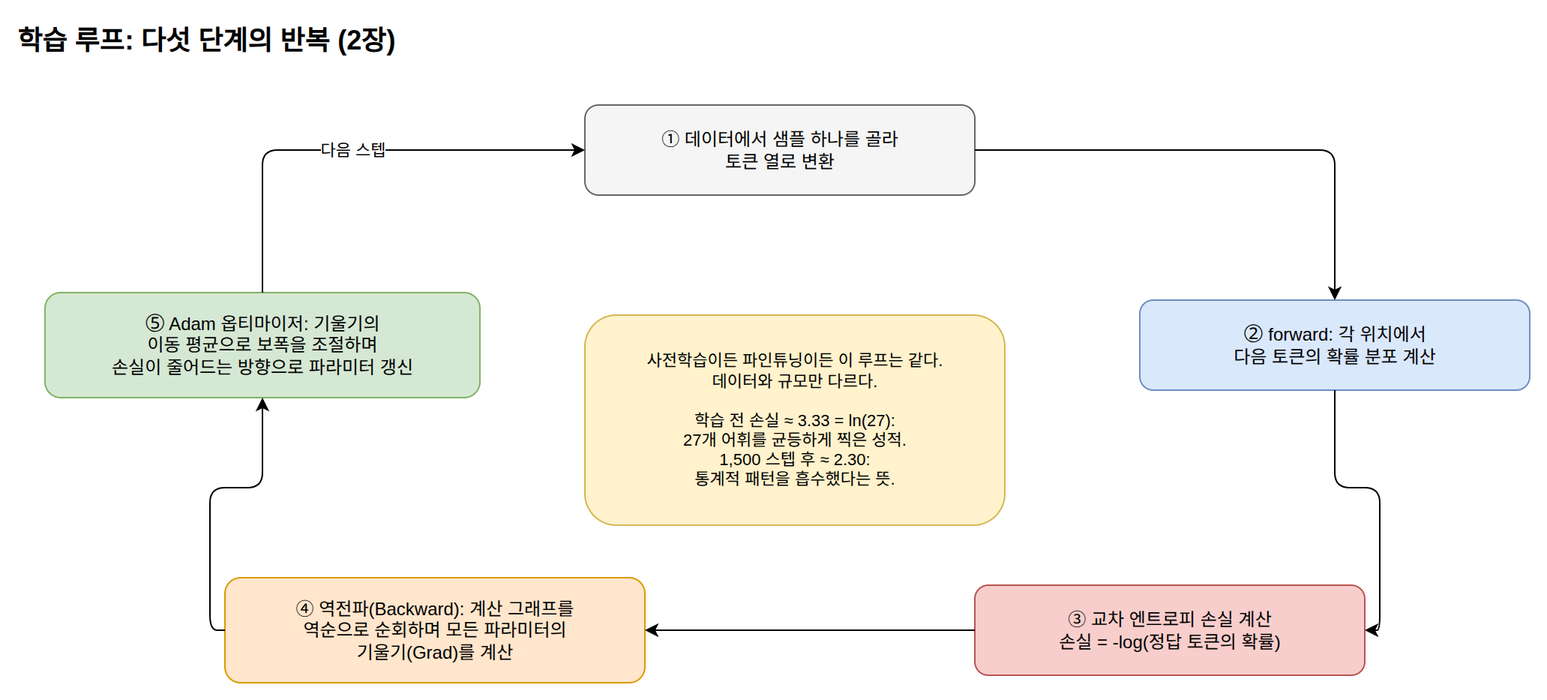
benelog/llm-principles keeps this draw.io diagram as book/diagrams/ch02-training-loop.drawio.png. Above is the earlier version. Source tidied: cells renumbered, new cells last; positions are measured from the earlier drawing's top-left corner, leaving out a move shared by most shapes. The source it was exported from:
```xml
<mxGraphModel>
  <root>
    <mxCell id="0" />
    <mxCell id="1" parent="0" />
    <mxCell id="2" value="학습 루프: 다섯 단계의 반복 (2장)" style="text;html=1;fontSize=18;fontStyle=1;align=left;" parent="1" vertex="1">
      <mxGeometry width="500" height="30" as="geometry" />
    </mxCell>
    <mxCell id="3" value="① 데이터에서 샘플 하나를 골라&lt;br&gt;토큰 열로 변환" style="rounded=1;whiteSpace=wrap;html=1;fillColor=#f5f5f5;strokeColor=#666666;fontSize=12;" parent="1" vertex="1">
      <mxGeometry x="380" y="60" width="260" height="60" as="geometry" />
    </mxCell>
    <mxCell id="4" value="② forward: 각 위치에서&lt;br&gt;다음 토큰의 확률 분포 계산" style="rounded=1;whiteSpace=wrap;html=1;fillColor=#dae8fc;strokeColor=#6c8ebf;fontSize=12;" parent="1" vertex="1">
      <mxGeometry x="750" y="190" width="260" height="60" as="geometry" />
    </mxCell>
    <mxCell id="5" value="③ 교차 엔트로피 손실 계산&lt;br&gt;손실 = -log(정답 토큰의 확률)" style="rounded=1;whiteSpace=wrap;html=1;fillColor=#f8cecc;strokeColor=#b85450;fontSize=12;" parent="1" vertex="1">
      <mxGeometry x="640" y="380" width="260" height="60" as="geometry" />
    </mxCell>
    <mxCell id="6" value="④ 역전파(Backward): 계산 그래프를&lt;br&gt;역순으로 순회하며 모든 파라미터의&lt;br&gt;기울기(Grad)를 계산" style="rounded=1;whiteSpace=wrap;html=1;fillColor=#ffe6cc;strokeColor=#d79b00;fontSize=12;" parent="1" vertex="1">
      <mxGeometry x="140" y="375" width="280" height="70" as="geometry" />
    </mxCell>
    <mxCell id="7" value="⑤ Adam 옵티마이저: 기울기의&lt;br&gt;이동 평균으로 보폭을 조절하며&lt;br&gt;손실이 줄어드는 방향으로 파라미터 갱신" style="rounded=1;whiteSpace=wrap;html=1;fillColor=#d5e8d4;strokeColor=#82b366;fontSize=12;" parent="1" vertex="1">
      <mxGeometry x="20" y="185" width="290" height="70" as="geometry" />
    </mxCell>
    <mxCell id="8" value="사전학습이든 파인튜닝이든 이 루프는 같다.&lt;br&gt;데이터와 규모만 다르다.&lt;br&gt;&lt;br&gt;학습 전 손실 ≈ 3.33 = ln(27):&lt;br&gt;27개 어휘를 균등하게 찍은 성적.&lt;br&gt;1,500 스텝 후 ≈ 2.30:&lt;br&gt;통계적 패턴을 흡수했다는 뜻." style="rounded=1;whiteSpace=wrap;html=1;fillColor=#fff2cc;strokeColor=#d6b656;fontSize=11;" parent="1" vertex="1">
      <mxGeometry x="380" y="200" width="280" height="140" as="geometry" />
    </mxCell>
    <mxCell id="9" style="edgeStyle=orthogonalEdgeStyle;rounded=1;html=1;exitX=1;exitY=0.5;entryX=0.5;entryY=0;fontSize=11;" parent="1" edge="1" source="3" target="4">
      <mxGeometry relative="1" as="geometry" />
    </mxCell>
    <mxCell id="10" style="edgeStyle=orthogonalEdgeStyle;rounded=1;html=1;exitX=0.5;exitY=1;entryX=1;entryY=0.5;fontSize=11;" parent="1" edge="1" source="4" target="5">
      <mxGeometry relative="1" as="geometry" />
    </mxCell>
    <mxCell id="11" style="edgeStyle=orthogonalEdgeStyle;rounded=1;html=1;exitX=0;exitY=0.5;entryX=1;entryY=0.5;fontSize=11;" parent="1" edge="1" source="5" target="6">
      <mxGeometry relative="1" as="geometry" />
    </mxCell>
    <mxCell id="12" style="edgeStyle=orthogonalEdgeStyle;rounded=1;html=1;exitX=0;exitY=0.5;entryX=0.5;entryY=1;fontSize=11;" parent="1" edge="1" source="6" target="7">
      <mxGeometry relative="1" as="geometry" />
    </mxCell>
    <mxCell id="13" value="다음 스텝" style="edgeStyle=orthogonalEdgeStyle;rounded=1;html=1;exitX=0.5;exitY=0;entryX=0;entryY=0.5;fontSize=11;" parent="1" edge="1" source="7" target="3">
      <mxGeometry relative="1" as="geometry" />
    </mxCell>
  </root>
</mxGraphModel>
```
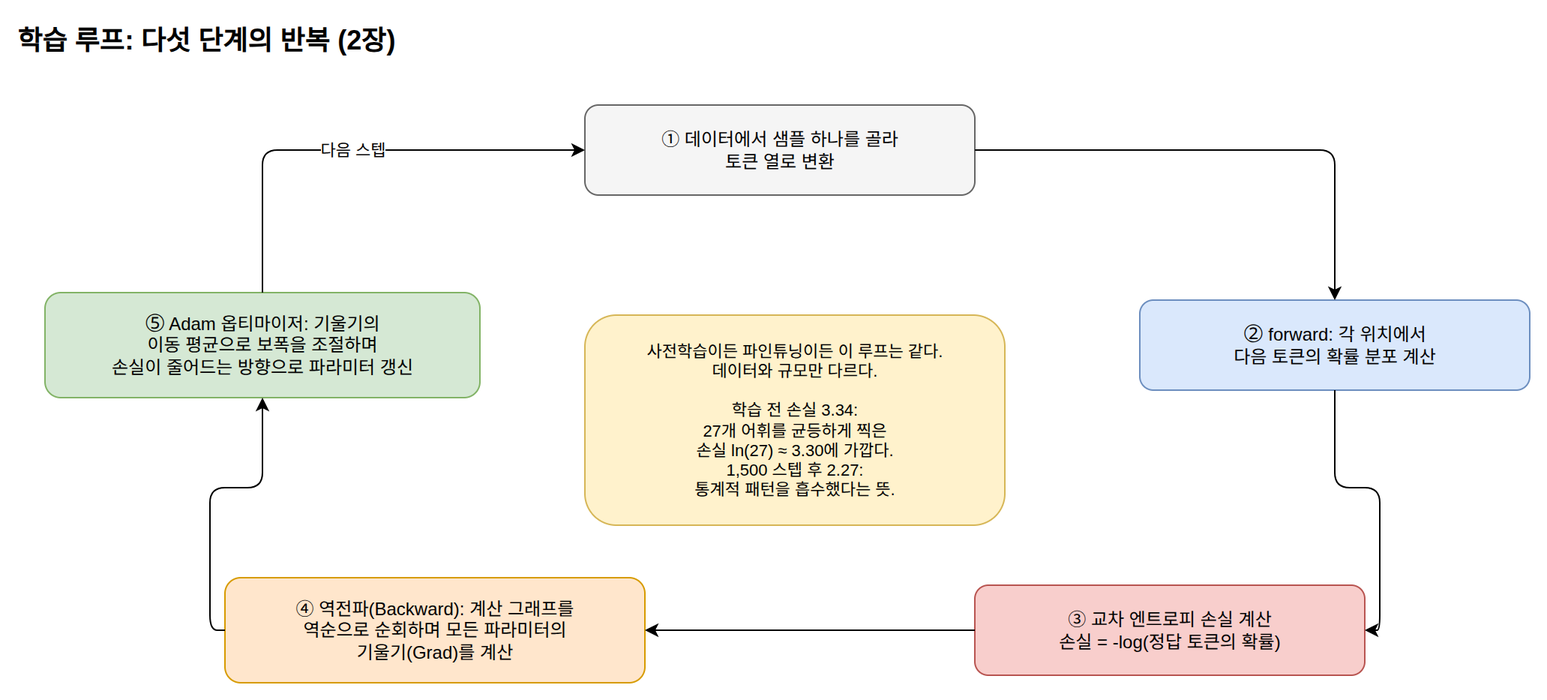
The same file after the commit.

Diff of the diagram source:
```diff
@@ -20,7 +20,7 @@
     <mxCell id="7" value="⑤ Adam 옵티마이저: 기울기의&lt;br&gt;이동 평균으로 보폭을 조절하며&lt;br&gt;손실이 줄어드는 방향으로 파라미터 갱신" style="rounded=1;whiteSpace=wrap;html=1;fillColor=#d5e8d4;strokeColor=#82b366;fontSize=12;" parent="1" vertex="1">
       <mxGeometry x="20" y="185" width="290" height="70" as="geometry" />
     </mxCell>
-    <mxCell id="8" value="사전학습이든 파인튜닝이든 이 루프는 같다.&lt;br&gt;데이터와 규모만 다르다.&lt;br&gt;&lt;br&gt;학습 전 손실 ≈ 3.33 = ln(27):&lt;br&gt;27개 어휘를 균등하게 찍은 성적.&lt;br&gt;1,500 스텝 후 ≈ 2.30:&lt;br&gt;통계적 패턴을 흡수했다는 뜻." style="rounded=1;whiteSpace=wrap;html=1;fillColor=#fff2cc;strokeColor=#d6b656;fontSize=11;" parent="1" vertex="1">
+    <mxCell id="8" value="사전학습이든 파인튜닝이든 이 루프는 같다.&lt;br&gt;데이터와 규모만 다르다.&lt;br&gt;&lt;br&gt;학습 전 손실 3.34:&lt;br&gt;27개 어휘를 균등하게 찍은&lt;br&gt;손실 ln(27) ≈ 3.30에 가깝다.&lt;br&gt;1,500 스텝 후 2.27:&lt;br&gt;통계적 패턴을 흡수했다는 뜻." style="rounded=1;whiteSpace=wrap;html=1;fillColor=#fff2cc;strokeColor=#d6b656;fontSize=11;" parent="1" vertex="1">
       <mxGeometry x="380" y="200" width="280" height="140" as="geometry" />
     </mxCell>
     <mxCell id="9" style="edgeStyle=orthogonalEdgeStyle;rounded=1;html=1;exitX=1;exitY=0.5;entryX=0.5;entryY=0;fontSize=11;" parent="1" edge="1" source="3" target="4">
```
